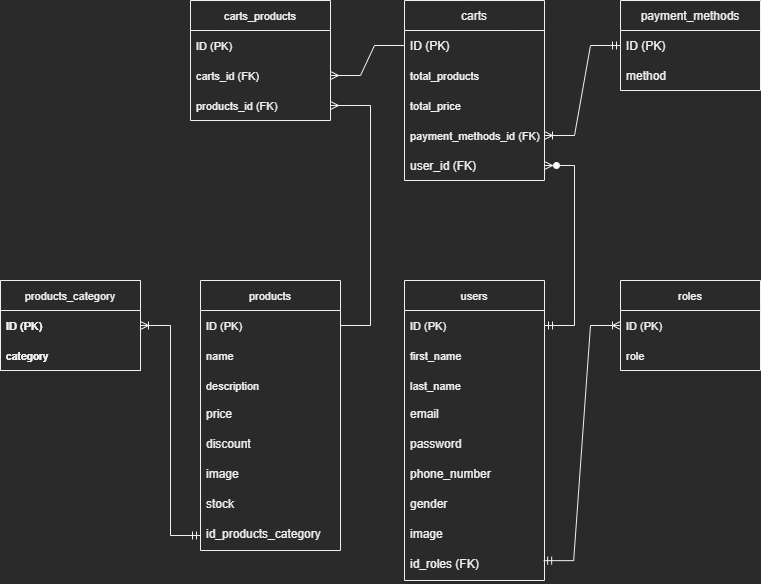
This is database/diagram.png from nachoetienotmoine/grupo_5_Goffice, a draw.io export, as it was before one commit. Source tidied: cells renumbered, new cells last; positions are measured from the earlier drawing's top-left corner, leaving out a move shared by most shapes.
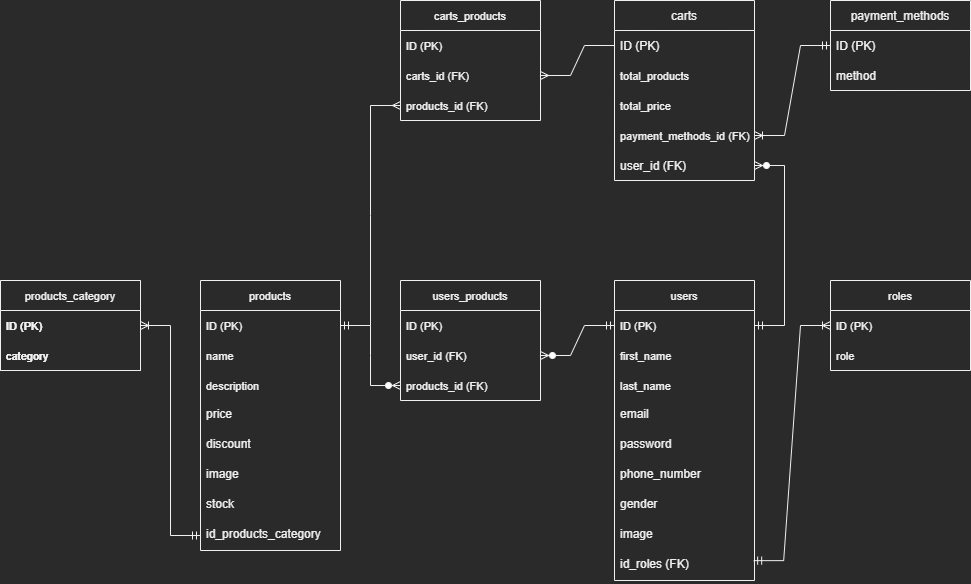
The same file after the commit.

Diff of the diagram source:
```diff
@@ -81,7 +81,7 @@
       <mxGeometry relative="1" as="geometry" />
     </mxCell>
     <mxCell id="28" value="products" style="swimlane;fontStyle=0;horizontal=1;startSize=30;fontSize=11;" parent="1" vertex="1">
-      <mxGeometry x="200" y="280" width="140" height="270" as="geometry" />
+      <mxGeometry x="-10" y="280" width="140" height="270" as="geometry" />
     </mxCell>
     <mxCell id="29" value="ID (PK)" style="text;strokeColor=none;fillColor=none;align=left;verticalAlign=middle;spacingLeft=4;spacingRight=4;overflow=hidden;points=[[0,0.5],[1,0.5]];portConstraint=eastwest;fontSize=11;" parent="28" vertex="1">
       <mxGeometry y="30" width="140" height="30" as="geometry" />
@@ -111,7 +111,7 @@
       <mxGeometry relative="1" as="geometry" />
     </mxCell>
     <mxCell id="38" value="products_category" style="swimlane;fontStyle=0;horizontal=1;startSize=30;fontSize=11;" parent="1" vertex="1">
-      <mxGeometry y="280" width="140" height="90" as="geometry" />
+      <mxGeometry x="-210" y="280" width="140" height="90" as="geometry" />
     </mxCell>
     <mxCell id="39" value="ID (PK)" style="text;strokeColor=none;fillColor=none;align=left;verticalAlign=middle;spacingLeft=4;spacingRight=4;overflow=hidden;fontSize=11;" parent="38" vertex="1">
       <mxGeometry y="30" width="140" height="30" as="geometry" />
@@ -120,7 +120,7 @@
       <mxGeometry y="60" width="140" height="30" as="geometry" />
     </mxCell>
     <mxCell id="41" value="products_category" style="swimlane;fontStyle=0;horizontal=1;startSize=30;fontSize=11;" parent="1" vertex="1">
-      <mxGeometry y="280" width="140" height="90" as="geometry" />
+      <mxGeometry x="-210" y="280" width="140" height="90" as="geometry" />
     </mxCell>
     <mxCell id="42" value="ID (PK)" style="text;strokeColor=none;fillColor=none;align=left;verticalAlign=middle;spacingLeft=4;spacingRight=4;overflow=hidden;points=[[0,0.5],[1,0.5]];portConstraint=eastwest;fontSize=11;" parent="41" vertex="1">
       <mxGeometry y="30" width="140" height="30" as="geometry" />
@@ -143,5 +143,23 @@
     <mxCell id="48" style="edgeStyle=entityRelationEdgeStyle;fontSize=12;html=1;endArrow=ERoneToMany;startArrow=ERmandOne;rounded=0;exitX=0;exitY=0.5;exitDx=0;exitDy=0;entryX=1;entryY=0.5;entryDx=0;entryDy=0;" parent="1" edge="1" source="36" target="42">
       <mxGeometry relative="1" as="geometry" />
     </mxCell>
+    <mxCell id="49" value="users_products" style="swimlane;fontStyle=0;horizontal=1;startSize=30;fontSize=11;" parent="1" vertex="1">
+      <mxGeometry x="190" y="280" width="140" height="120" as="geometry" />
+    </mxCell>
+    <mxCell id="50" value="ID (PK)" style="text;strokeColor=none;fillColor=none;align=left;verticalAlign=middle;spacingLeft=4;spacingRight=4;overflow=hidden;fontSize=11;" parent="49" vertex="1">
+      <mxGeometry y="30" width="140" height="30" as="geometry" />
+    </mxCell>
+    <mxCell id="51" value="user_id (FK)" style="text;strokeColor=none;fillColor=none;align=left;verticalAlign=middle;spacingLeft=4;spacingRight=4;overflow=hidden;points=[[0,0.5],[1,0.5]];portConstraint=eastwest;fontSize=11;" parent="49" vertex="1">
+      <mxGeometry y="60" width="140" height="30" as="geometry" />
+    </mxCell>
+    <mxCell id="52" value="products_id (FK)" style="text;strokeColor=none;fillColor=none;align=left;verticalAlign=middle;spacingLeft=4;spacingRight=4;overflow=hidden;points=[[0,0.5],[1,0.5]];portConstraint=eastwest;fontSize=11;" parent="49" vertex="1">
+      <mxGeometry y="90" width="140" height="30" as="geometry" />
+    </mxCell>
+    <mxCell id="53" style="edgeStyle=entityRelationEdgeStyle;fontSize=12;html=1;endArrow=ERzeroToMany;startArrow=ERmandOne;rounded=0;" parent="1" edge="1" source="13" target="51">
+      <mxGeometry relative="1" as="geometry" />
+    </mxCell>
+    <mxCell id="54" style="edgeStyle=entityRelationEdgeStyle;fontSize=12;html=1;endArrow=ERzeroToMany;startArrow=ERmandOne;rounded=0;exitX=1;exitY=0.5;exitDx=0;exitDy=0;" parent="1" edge="1" source="29" target="52">
+      <mxGeometry relative="1" as="geometry" />
+    </mxCell>
   </root>
 </mxGraphModel>
```
